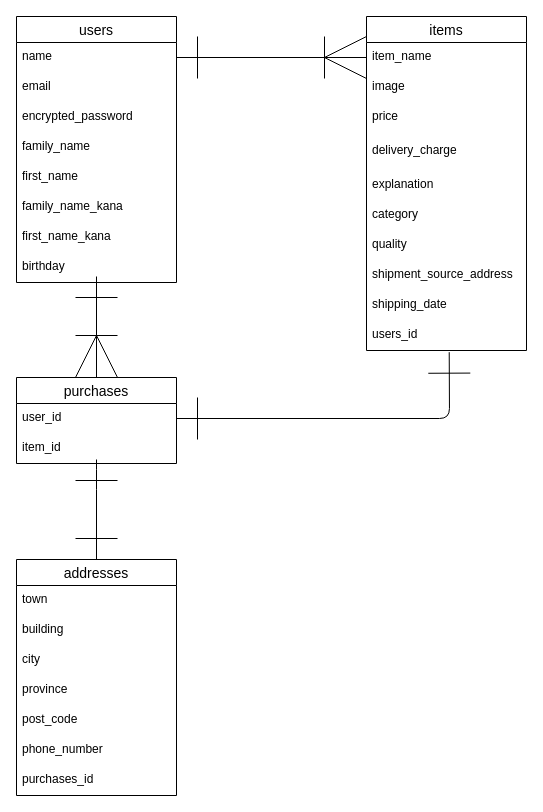
Before: furimaER.dio in xyusukex/furima-38127, a draw.io diagram. Source tidied: cells renumbered, new cells numbered last; positions are measured from the earlier drawing's top-left corner, leaving out a move shared by most shapes. Both pictures are drawn from the tidied source at 100%, with x=0, y=0 at pixel (16, 16).
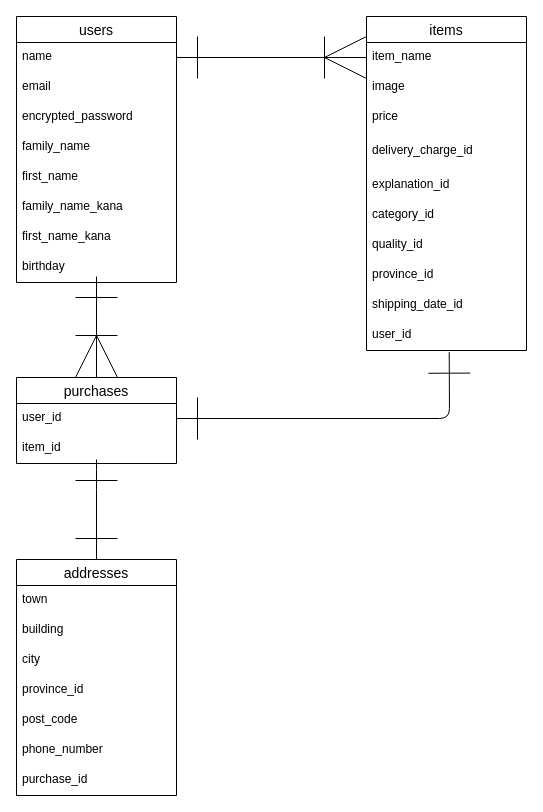
The same diagram, later.

Commit message (it also covers changes not shown here):
ER図・README修正2

Unchanged cells that the change refers to:
```xml
<mxCell id="11" value="items" style="swimlane;fontStyle=0;horizontal=1;startSize=26;align=center;fontSize=14;" parent="1" vertex="1">
  <mxGeometry x="350" width="160" height="334" as="geometry" />
</mxCell>
<mxCell id="25" value="addresses" style="swimlane;fontStyle=0;horizontal=1;startSize=26;align=center;fontSize=14;" parent="1" vertex="1">
  <mxGeometry y="543" width="160" height="236" as="geometry" />
</mxCell>
```

What changed in the source:
```diff
@@
-    <mxCell id="15" value="delivery_charge" style="text;strokeColor=none;fillColor=none;spacingLeft=4;spacingRight=4;overflow=hidden;fontSize=12;" parent="11" vertex="1">
+    <mxCell id="15" value="delivery_charge_id" style="text;strokeColor=none;fillColor=none;spacingLeft=4;spacingRight=4;overflow=hidden;fontSize=12;" parent="11" vertex="1">
       <mxGeometry y="120" width="160" height="34" as="geometry" />
     </mxCell>
-    <mxCell id="16" value="explanation" style="text;strokeColor=none;fillColor=none;spacingLeft=4;spacingRight=4;overflow=hidden;fontSize=12;" parent="11" vertex="1">
+    <mxCell id="16" value="explanation_id" style="text;strokeColor=none;fillColor=none;spacingLeft=4;spacingRight=4;overflow=hidden;fontSize=12;" parent="11" vertex="1">
       <mxGeometry y="154" width="160" height="30" as="geometry" />
     </mxCell>
-    <mxCell id="17" value="category" style="text;strokeColor=none;fillColor=none;spacingLeft=4;spacingRight=4;overflow=hidden;fontSize=12;" parent="11" vertex="1">
+    <mxCell id="17" value="category_id" style="text;strokeColor=none;fillColor=none;spacingLeft=4;spacingRight=4;overflow=hidden;fontSize=12;" parent="11" vertex="1">
       <mxGeometry y="184" width="160" height="30" as="geometry" />
     </mxCell>
-    <mxCell id="18" value="quality" style="text;strokeColor=none;fillColor=none;spacingLeft=4;spacingRight=4;overflow=hidden;fontSize=12;" parent="11" vertex="1">
+    <mxCell id="18" value="quality_id" style="text;strokeColor=none;fillColor=none;spacingLeft=4;spacingRight=4;overflow=hidden;fontSize=12;" parent="11" vertex="1">
       <mxGeometry y="214" width="160" height="30" as="geometry" />
     </mxCell>
-    <mxCell id="19" value="shipment_source_address" style="text;strokeColor=none;fillColor=none;spacingLeft=4;spacingRight=4;overflow=hidden;fontSize=12;" parent="11" vertex="1">
+    <mxCell id="19" value="province_id" style="text;strokeColor=none;fillColor=none;spacingLeft=4;spacingRight=4;overflow=hidden;fontSize=12;" parent="11" vertex="1">
       <mxGeometry y="244" width="160" height="30" as="geometry" />
     </mxCell>
-    <mxCell id="20" value="shipping_date" style="text;strokeColor=none;fillColor=none;spacingLeft=4;spacingRight=4;overflow=hidden;fontSize=12;" parent="11" vertex="1">
+    <mxCell id="20" value="shipping_date_id" style="text;strokeColor=none;fillColor=none;spacingLeft=4;spacingRight=4;overflow=hidden;fontSize=12;" parent="11" vertex="1">
       <mxGeometry y="274" width="160" height="30" as="geometry" />
     </mxCell>
-    <mxCell id="21" value="users_id" style="text;strokeColor=none;fillColor=none;spacingLeft=4;spacingRight=4;overflow=hidden;points=[[0,0.5],[1,0.5]];portConstraint=eastwest;fontSize=12;" parent="11" vertex="1">
+    <mxCell id="21" value="user_id" style="text;strokeColor=none;fillColor=none;spacingLeft=4;spacingRight=4;overflow=hidden;points=[[0,0.5],[1,0.5]];portConstraint=eastwest;fontSize=12;" parent="11" vertex="1">
       <mxGeometry y="304" width="160" height="30" as="geometry" />
     </mxCell>
@@
-    <mxCell id="29" value="province" style="text;strokeColor=none;fillColor=none;spacingLeft=4;spacingRight=4;overflow=hidden;fontSize=12;" parent="25" vertex="1">
+    <mxCell id="29" value="province_id" style="text;strokeColor=none;fillColor=none;spacingLeft=4;spacingRight=4;overflow=hidden;fontSize=12;" parent="25" vertex="1">
       <mxGeometry y="116" width="160" height="30" as="geometry" />
     </mxCell>
@@
-    <mxCell id="32" value="purchases_id" style="text;strokeColor=none;fillColor=none;spacingLeft=4;spacingRight=4;overflow=hidden;fontSize=12;" parent="25" vertex="1">
+    <mxCell id="32" value="purchase_id" style="text;strokeColor=none;fillColor=none;spacingLeft=4;spacingRight=4;overflow=hidden;fontSize=12;" parent="25" vertex="1">
       <mxGeometry y="206" width="160" height="30" as="geometry" />
     </mxCell>
```
